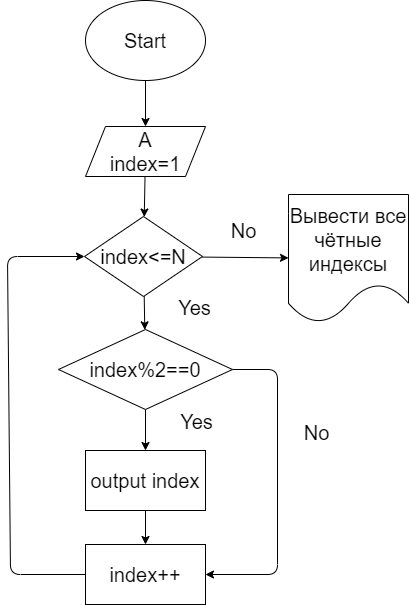
Before: Homework/Homework_01/Exercise008/diagram008.drawio.png, a diagram exported from draw.io (SergeiTimokhin/Introduction_to_programming_languages). Source tidied: cells renumbered, new cells last; positions are measured from the earlier drawing's top-left corner, leaving out a move shared by most shapes.
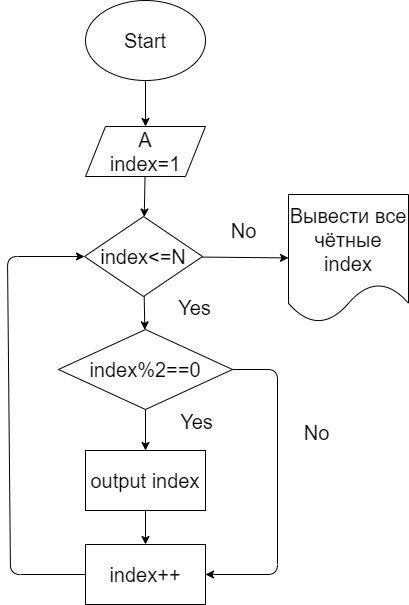
The same file after the commit.

The edit, as a diff of the source:
```diff
@@ -29,7 +29,7 @@
     <mxCell id="10" value="Yes" style="text;html=1;align=center;verticalAlign=middle;strokeColor=none;fillColor=none;fontSize=20;" parent="1" vertex="1">
       <mxGeometry x="161" y="289" width="51" height="36" as="geometry" />
     </mxCell>
-    <mxCell id="11" value="Вывести все чётные индексы" style="shape=document;whiteSpace=wrap;html=1;boundedLbl=1;fontSize=20;" parent="1" vertex="1">
+    <mxCell id="11" value="Вывести все чётные index" style="shape=document;whiteSpace=wrap;html=1;boundedLbl=1;fontSize=20;" parent="1" vertex="1">
       <mxGeometry x="281" y="194" width="120" height="128" as="geometry" />
     </mxCell>
     <mxCell id="12" style="edgeStyle=none;html=1;" parent="1" edge="1" source="14" target="16">
```
